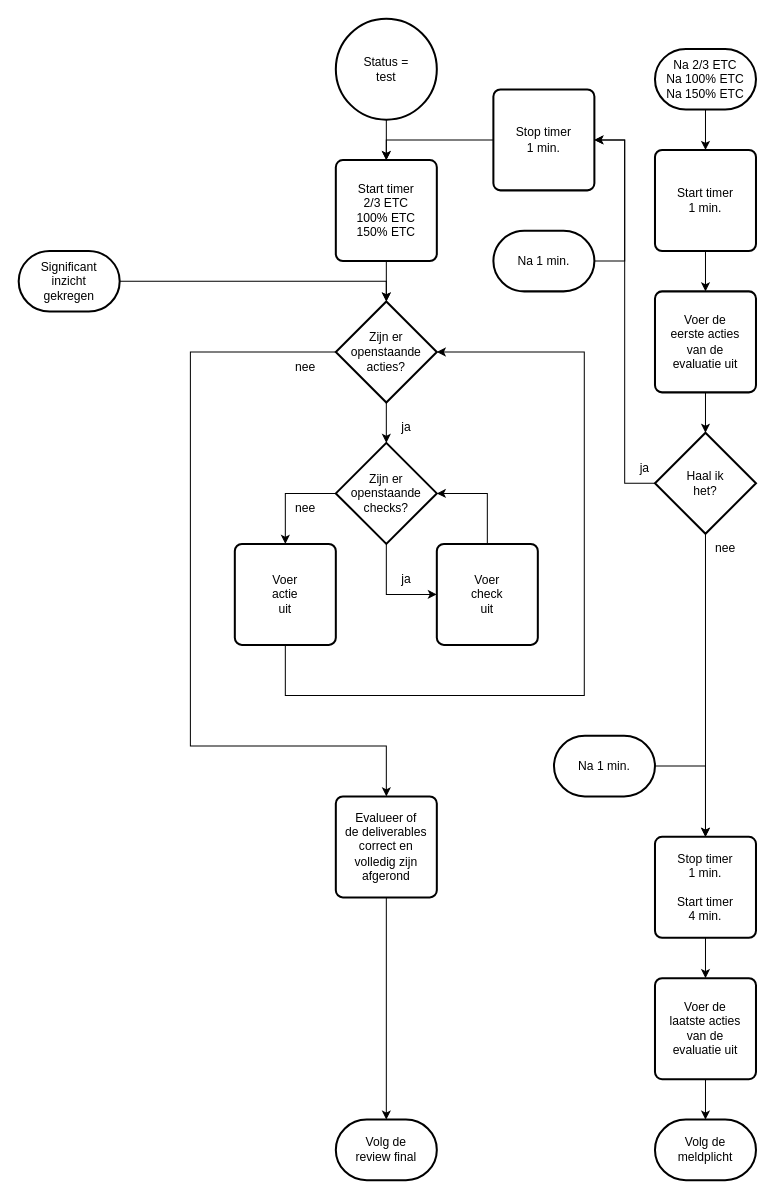
Before: 8 Issue Tracker test.drawio in Zaibatsu89/IssueTracker, a draw.io diagram. Source tidied: cells renumbered, new cells numbered last; positions are measured from the earlier drawing's top-left corner, leaving out a move shared by most shapes. Both pictures are drawn from the tidied source at 101%, with x=0, y=0 at pixel (18, 18).
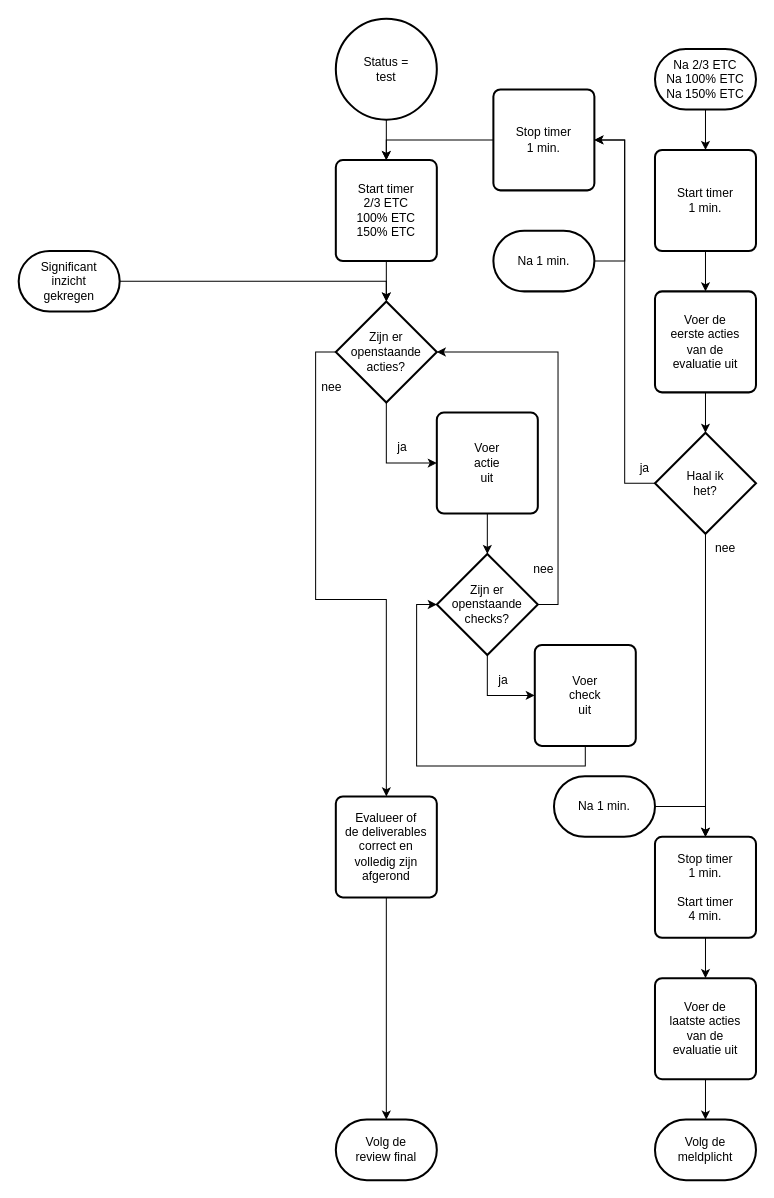
The same diagram, later.

The change refers to these unchanged cells:
```xml
<mxCell id="5" value="Start timer&lt;br&gt;2/3 ETC&lt;br&gt;100% ETC&lt;br&gt;150% ETC" style="rounded=1;whiteSpace=wrap;html=1;absoluteArcSize=1;arcSize=14;strokeWidth=2;" parent="1" vertex="1">
  <mxGeometry x="314" y="140" width="100" height="100" as="geometry" />
</mxCell>
<mxCell id="21" value="Evalueer of&lt;br&gt;de deliverables&lt;br&gt;correct en&lt;br&gt;volledig zijn&lt;br&gt;afgerond" style="rounded=1;whiteSpace=wrap;html=1;absoluteArcSize=1;arcSize=14;strokeWidth=2;" parent="1" vertex="1">
  <mxGeometry x="314" y="770" width="100" height="100" as="geometry" />
</mxCell>
```

Diff of the diagram source:
```diff
@@
-    <mxCell id="4" style="edgeStyle=orthogonalEdgeStyle;rounded=0;jettySize=auto;html=1;" parent="1" edge="1" source="5" target="7">
-      <mxGeometry relative="1" as="geometry" />
-    </mxCell>
@@
-    <mxCell id="6" style="edgeStyle=orthogonalEdgeStyle;rounded=0;jettySize=auto;html=1;" parent="1" edge="1" source="7" target="10">
-      <mxGeometry relative="1" as="geometry" />
-    </mxCell>
-    <mxCell id="7" value="Zijn er&lt;br&gt;openstaande&lt;br&gt;acties?" style="strokeWidth=2;html=1;shape=mxgraph.flowchart.decision;whiteSpace=wrap;" parent="1" vertex="1">
-      <mxGeometry x="314" y="280" width="100" height="100" as="geometry" />
-    </mxCell>
-    <mxCell id="8" style="edgeStyle=orthogonalEdgeStyle;rounded=0;jettySize=auto;html=1;exitX=0.5;exitY=1;exitDx=0;exitDy=0;exitPerimeter=0;entryX=0;entryY=0.5;entryDx=0;entryDy=0;" parent="1" edge="1" source="10" target="12">
-      <mxGeometry relative="1" as="geometry" />
-    </mxCell>
-    <mxCell id="9" style="edgeStyle=orthogonalEdgeStyle;rounded=0;jettySize=auto;html=1;exitX=0;exitY=0.5;exitDx=0;exitDy=0;exitPerimeter=0;entryX=0.5;entryY=0;entryDx=0;entryDy=0;" parent="1" edge="1" source="10" target="15">
-      <mxGeometry relative="1" as="geometry" />
-    </mxCell>
-    <mxCell id="10" value="Zijn er&lt;br&gt;openstaande&lt;br&gt;checks?" style="strokeWidth=2;html=1;shape=mxgraph.flowchart.decision;whiteSpace=wrap;" parent="1" vertex="1">
-      <mxGeometry x="314" y="420" width="100" height="100" as="geometry" />
-    </mxCell>
-    <mxCell id="11" value="ja" style="text;html=1;whiteSpace=wrap;strokeColor=none;fillColor=none;align=center;verticalAlign=middle;rounded=0;" parent="1" vertex="1">
-      <mxGeometry x="354" y="390" width="60" height="30" as="geometry" />
-    </mxCell>
-    <mxCell id="12" value="Voer&lt;br&gt;check&lt;br&gt;uit" style="rounded=1;whiteSpace=wrap;html=1;absoluteArcSize=1;arcSize=14;strokeWidth=2;" parent="1" vertex="1">
-      <mxGeometry x="414" y="520" width="100" height="100" as="geometry" />
-    </mxCell>
-    <mxCell id="13" style="edgeStyle=orthogonalEdgeStyle;rounded=0;jettySize=auto;html=1;exitX=0.5;exitY=0;exitDx=0;exitDy=0;entryX=1;entryY=0.5;entryDx=0;entryDy=0;entryPerimeter=0;" parent="1" edge="1" source="12" target="10">
-      <mxGeometry relative="1" as="geometry" />
-    </mxCell>
-    <mxCell id="14" value="ja" style="text;html=1;whiteSpace=wrap;strokeColor=none;fillColor=none;align=center;verticalAlign=middle;rounded=0;" parent="1" vertex="1">
-      <mxGeometry x="354" y="540" width="60" height="30" as="geometry" />
-    </mxCell>
-    <mxCell id="15" value="Voer&lt;br&gt;actie&lt;br&gt;uit" style="rounded=1;whiteSpace=wrap;html=1;absoluteArcSize=1;arcSize=14;strokeWidth=2;" parent="1" vertex="1">
-      <mxGeometry x="214" y="520" width="100" height="100" as="geometry" />
-    </mxCell>
-    <mxCell id="16" value="nee" style="text;html=1;whiteSpace=wrap;strokeColor=none;fillColor=none;align=center;verticalAlign=middle;rounded=0;" parent="1" vertex="1">
-      <mxGeometry x="254" y="470" width="60" height="30" as="geometry" />
-    </mxCell>
-    <mxCell id="17" style="edgeStyle=orthogonalEdgeStyle;rounded=0;jettySize=auto;html=1;exitX=0.5;exitY=1;exitDx=0;exitDy=0;entryX=1;entryY=0.5;entryDx=0;entryDy=0;entryPerimeter=0;" parent="1" edge="1" source="15" target="7">
-      <mxGeometry relative="1" as="geometry">
-        <Array as="points">
-          <mxPoint x="264" y="670" />
-          <mxPoint x="560" y="670" />
-          <mxPoint x="560" y="330" />
-        </Array>
-      </mxGeometry>
-    </mxCell>
-    <mxCell id="18" style="edgeStyle=orthogonalEdgeStyle;rounded=0;jettySize=auto;html=1;exitX=0;exitY=0.5;exitDx=0;exitDy=0;exitPerimeter=0;entryX=0.5;entryY=0;entryDx=0;entryDy=0;" parent="1" edge="1" source="7" target="21">
-      <mxGeometry relative="1" as="geometry">
-        <Array as="points">
-          <mxPoint x="170" y="330" />
-          <mxPoint x="170" y="720" />
-          <mxPoint x="364" y="720" />
-        </Array>
-      </mxGeometry>
-    </mxCell>
-    <mxCell id="19" value="nee" style="text;html=1;whiteSpace=wrap;strokeColor=none;fillColor=none;align=center;verticalAlign=middle;rounded=0;" parent="1" vertex="1">
-      <mxGeometry x="254" y="330" width="60" height="30" as="geometry" />
-    </mxCell>
@@
     <mxCell id="42" value="Na 1 min." style="strokeWidth=2;html=1;shape=mxgraph.flowchart.terminator;whiteSpace=wrap;" parent="1" vertex="1">
-      <mxGeometry x="530" y="710" width="100" height="60" as="geometry" />
+      <mxGeometry x="530" y="750" width="100" height="60" as="geometry" />
     </mxCell>
@@
+    <mxCell id="46" value="Volg de&lt;br&gt;meldplicht" style="strokeWidth=2;html=1;shape=mxgraph.flowchart.terminator;whiteSpace=wrap;" parent="1" vertex="1">
+      <mxGeometry x="630" y="1090" width="100" height="60" as="geometry" />
+    </mxCell>
+    <mxCell id="47" style="edgeStyle=orthogonalEdgeStyle;rounded=0;jettySize=auto;html=1;exitX=0.5;exitY=1;exitDx=0;exitDy=0;exitPerimeter=0;entryX=0;entryY=0.5;entryDx=0;entryDy=0;" parent="1" edge="1" source="7" target="15">
+      <mxGeometry relative="1" as="geometry" />
+    </mxCell>
+    <mxCell id="18" style="edgeStyle=orthogonalEdgeStyle;rounded=0;jettySize=auto;html=1;exitX=0;exitY=0.5;exitDx=0;exitDy=0;exitPerimeter=0;entryX=0.5;entryY=0;entryDx=0;entryDy=0;" parent="1" edge="1" source="7" target="21">
+      <mxGeometry relative="1" as="geometry" />
+    </mxCell>
+    <mxCell id="7" value="Zijn er&lt;br&gt;openstaande&lt;br&gt;acties?" style="strokeWidth=2;html=1;shape=mxgraph.flowchart.decision;whiteSpace=wrap;" parent="1" vertex="1">
+      <mxGeometry x="314" y="280" width="100" height="100" as="geometry" />
+    </mxCell>
+    <mxCell id="8" style="edgeStyle=orthogonalEdgeStyle;rounded=0;jettySize=auto;html=1;exitX=0.5;exitY=1;exitDx=0;exitDy=0;entryX=0;entryY=0.5;entryDx=0;entryDy=0;exitPerimeter=0;" parent="1" edge="1" source="10" target="12">
+      <mxGeometry relative="1" as="geometry" />
+    </mxCell>
+    <mxCell id="10" value="Zijn er&lt;br&gt;openstaande&lt;br&gt;checks?" style="strokeWidth=2;html=1;shape=mxgraph.flowchart.decision;whiteSpace=wrap;" parent="1" vertex="1">
+      <mxGeometry x="414" y="530" width="100" height="100" as="geometry" />
+    </mxCell>
+    <mxCell id="48" value="ja" style="text;html=1;whiteSpace=wrap;strokeColor=none;fillColor=none;align=center;verticalAlign=middle;rounded=0;" parent="1" vertex="1">
+      <mxGeometry x="450" y="640" width="60" height="30" as="geometry" />
+    </mxCell>
+    <mxCell id="12" value="Voer&lt;br&gt;check&lt;br&gt;uit" style="rounded=1;whiteSpace=wrap;html=1;absoluteArcSize=1;arcSize=14;strokeWidth=2;" parent="1" vertex="1">
+      <mxGeometry x="511" y="620" width="100" height="100" as="geometry" />
+    </mxCell>
+    <mxCell id="49" value="ja" style="text;html=1;whiteSpace=wrap;strokeColor=none;fillColor=none;align=center;verticalAlign=middle;rounded=0;" parent="1" vertex="1">
+      <mxGeometry x="350" y="410" width="60" height="30" as="geometry" />
+    </mxCell>
+    <mxCell id="50" style="edgeStyle=orthogonalEdgeStyle;rounded=0;jettySize=auto;html=1;" parent="1" edge="1" source="15" target="10">
+      <mxGeometry relative="1" as="geometry" />
+    </mxCell>
+    <mxCell id="15" value="Voer&lt;br&gt;actie&lt;br&gt;uit" style="rounded=1;whiteSpace=wrap;html=1;absoluteArcSize=1;arcSize=14;strokeWidth=2;" parent="1" vertex="1">
+      <mxGeometry x="414" y="390" width="100" height="100" as="geometry" />
+    </mxCell>
+    <mxCell id="51" value="nee" style="text;html=1;whiteSpace=wrap;strokeColor=none;fillColor=none;align=center;verticalAlign=middle;rounded=0;" parent="1" vertex="1">
+      <mxGeometry x="490" y="530" width="60" height="30" as="geometry" />
+    </mxCell>
+    <mxCell id="52" value="nee" style="text;html=1;whiteSpace=wrap;strokeColor=none;fillColor=none;align=center;verticalAlign=middle;rounded=0;" parent="1" vertex="1">
+      <mxGeometry x="280" y="350" width="60" height="30" as="geometry" />
+    </mxCell>
+    <mxCell id="53" style="edgeStyle=orthogonalEdgeStyle;rounded=0;jettySize=auto;html=1;exitX=1;exitY=0.5;exitDx=0;exitDy=0;exitPerimeter=0;entryX=1;entryY=0.5;entryDx=0;entryDy=0;entryPerimeter=0;" parent="1" edge="1" source="10" target="7">
+      <mxGeometry relative="1" as="geometry" />
+    </mxCell>
+    <mxCell id="4" style="edgeStyle=orthogonalEdgeStyle;rounded=0;jettySize=auto;html=1;exitX=0.5;exitY=1;exitDx=0;exitDy=0;entryX=0.5;entryY=0;entryDx=0;entryDy=0;entryPerimeter=0;" parent="1" edge="1" source="5" target="7">
+      <mxGeometry relative="1" as="geometry" />
+    </mxCell>
@@
-    <mxCell id="46" value="Volg de&lt;br&gt;meldplicht" style="strokeWidth=2;html=1;shape=mxgraph.flowchart.terminator;whiteSpace=wrap;" parent="1" vertex="1">
-      <mxGeometry x="630" y="1090" width="100" height="60" as="geometry" />
-    </mxCell>
+    <mxCell id="13" style="edgeStyle=orthogonalEdgeStyle;rounded=0;jettySize=auto;html=1;exitX=0.5;exitY=1;exitDx=0;exitDy=0;entryX=0;entryY=0.5;entryDx=0;entryDy=0;entryPerimeter=0;" parent="1" edge="1" source="12" target="10">
+      <mxGeometry relative="1" as="geometry" />
+    </mxCell>
```
